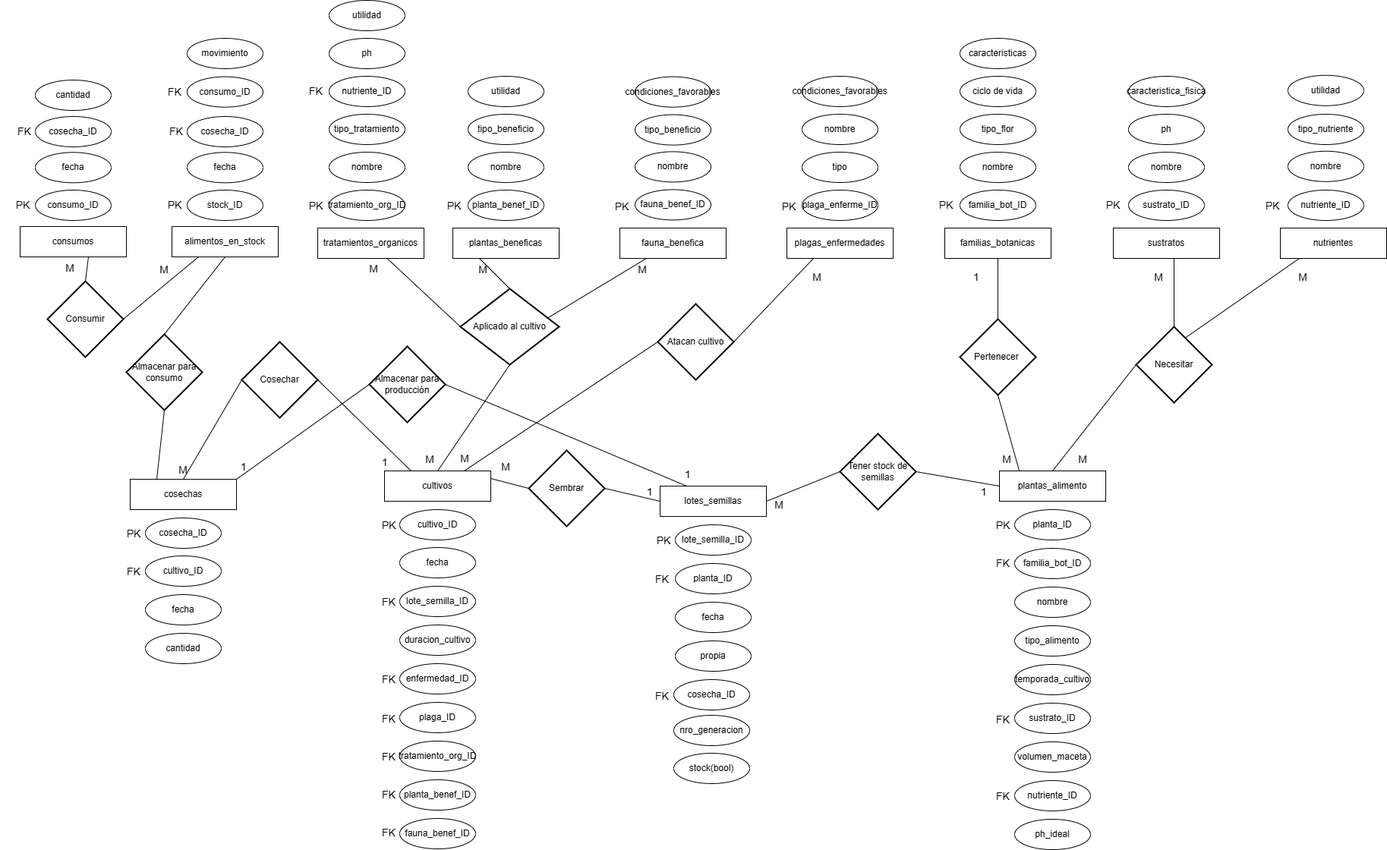
Earlier version of the draw.io export 39775-desafio2-Higa.png (MariaSoledadHiga/sql-coderhouse). Source tidied: cells renumbered, new cells last; positions are measured from the earlier drawing's top-left corner, leaving out a move shared by most shapes.
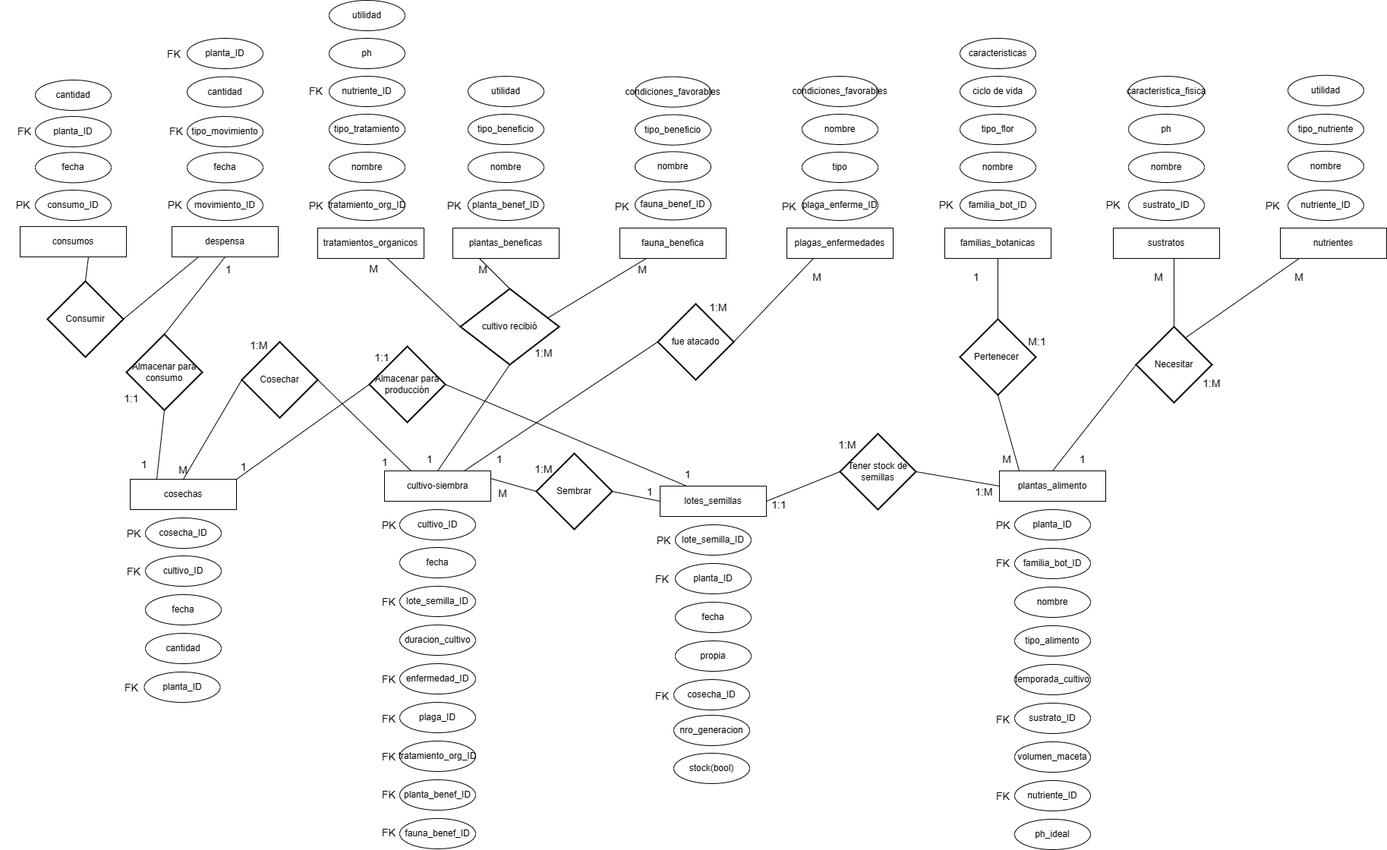
Later version of the same file.

The edit, as a diff of the source:
```diff
@@ -53,7 +53,7 @@
     <mxCell id="18" value="propia" style="ellipse;whiteSpace=wrap;html=1;align=center;" parent="13" vertex="1">
       <mxGeometry x="20" y="204" width="100" height="40" as="geometry" />
     </mxCell>
-    <mxCell id="19" value="M" style="text;html=1;strokeColor=none;fillColor=none;align=center;verticalAlign=middle;whiteSpace=wrap;rounded=0;fontSize=14;" parent="13" vertex="1">
+    <mxCell id="19" value="1:1" style="text;html=1;strokeColor=none;fillColor=none;align=center;verticalAlign=middle;whiteSpace=wrap;rounded=0;fontSize=14;" parent="13" vertex="1">
       <mxGeometry x="127" y="10" width="60" height="30" as="geometry" />
     </mxCell>
     <mxCell id="20" value="cosecha_ID" style="ellipse;whiteSpace=wrap;html=1;align=center;" parent="13" vertex="1">
@@ -195,7 +195,7 @@
       <mxGeometry relative="1" as="geometry" />
     </mxCell>
     <mxCell id="66" value="Sembrar" style="strokeWidth=2;html=1;shape=mxgraph.flowchart.decision;whiteSpace=wrap;" parent="1" vertex="1">
-      <mxGeometry x="696" y="593" width="100" height="100" as="geometry" />
+      <mxGeometry x="706" y="597" width="100" height="100" as="geometry" />
     </mxCell>
     <mxCell id="67" style="edgeStyle=none;rounded=0;jettySize=auto;html=1;exitX=0.5;exitY=0;exitDx=0;exitDy=0;exitPerimeter=0;entryX=0.25;entryY=1;entryDx=0;entryDy=0;strokeColor=default;fontSize=14;endArrow=none;endFill=0;" parent="1" edge="1" source="69" target="45">
       <mxGeometry relative="1" as="geometry" />
@@ -203,13 +203,13 @@
     <mxCell id="68" style="edgeStyle=none;rounded=0;jettySize=auto;html=1;exitX=0.5;exitY=1;exitDx=0;exitDy=0;exitPerimeter=0;entryX=0.5;entryY=0;entryDx=0;entryDy=0;strokeColor=default;fontSize=14;endArrow=none;endFill=0;" parent="1" edge="1" source="69" target="121">
       <mxGeometry relative="1" as="geometry" />
     </mxCell>
-    <mxCell id="69" value="Aplicado al cultivo" style="strokeWidth=2;html=1;shape=mxgraph.flowchart.decision;whiteSpace=wrap;" parent="1" vertex="1">
+    <mxCell id="69" value="cultivo recibió" style="strokeWidth=2;html=1;shape=mxgraph.flowchart.decision;whiteSpace=wrap;" parent="1" vertex="1">
       <mxGeometry x="606" y="380" width="130" height="100" as="geometry" />
     </mxCell>
     <mxCell id="70" style="edgeStyle=none;rounded=0;jettySize=auto;html=1;exitX=0;exitY=0.5;exitDx=0;exitDy=0;exitPerimeter=0;strokeColor=default;fontSize=14;endArrow=none;endFill=0;entryX=0.75;entryY=0;entryDx=0;entryDy=0;" parent="1" edge="1" source="71" target="121">
       <mxGeometry relative="1" as="geometry" />
     </mxCell>
-    <mxCell id="71" value="Atacan cultivo" style="strokeWidth=2;html=1;shape=mxgraph.flowchart.decision;whiteSpace=wrap;" parent="1" vertex="1">
+    <mxCell id="71" value="fue atacado" style="strokeWidth=2;html=1;shape=mxgraph.flowchart.decision;whiteSpace=wrap;" parent="1" vertex="1">
       <mxGeometry x="866" y="400" width="100" height="100" as="geometry" />
     </mxCell>
     <mxCell id="72" style="edgeStyle=none;jettySize=auto;html=1;rounded=0;endArrow=none;endFill=0;exitX=0.5;exitY=1;exitDx=0;exitDy=0;entryX=0.5;entryY=0;entryDx=0;entryDy=0;entryPerimeter=0;" parent="1" edge="1" source="23" target="62">
@@ -248,13 +248,13 @@
       <mxGeometry x="826" y="633" width="60" height="30" as="geometry" />
     </mxCell>
     <mxCell id="83" value="M" style="text;html=1;strokeColor=none;fillColor=none;align=center;verticalAlign=middle;whiteSpace=wrap;rounded=0;fontSize=14;" parent="1" vertex="1">
-      <mxGeometry x="636" y="600" width="60" height="30" as="geometry" />
+      <mxGeometry x="632" y="635" width="60" height="30" as="geometry" />
     </mxCell>
     <mxCell id="84" style="edgeStyle=none;rounded=0;jettySize=auto;html=1;exitX=0.25;exitY=1;exitDx=0;exitDy=0;entryX=1;entryY=0.5;entryDx=0;entryDy=0;entryPerimeter=0;strokeColor=default;fontSize=14;endArrow=none;endFill=0;" parent="1" edge="1" source="57" target="71">
       <mxGeometry relative="1" as="geometry" />
     </mxCell>
-    <mxCell id="85" value="M" style="text;html=1;strokeColor=none;fillColor=none;align=center;verticalAlign=middle;whiteSpace=wrap;rounded=0;fontSize=14;" parent="1" vertex="1">
-      <mxGeometry x="582" y="589" width="60" height="30" as="geometry" />
+    <mxCell id="85" value="1" style="text;html=1;strokeColor=none;fillColor=none;align=center;verticalAlign=middle;whiteSpace=wrap;rounded=0;fontSize=14;" parent="1" vertex="1">
+      <mxGeometry x="628" y="590" width="60" height="30" as="geometry" />
     </mxCell>
     <mxCell id="86" value="M" style="text;html=1;strokeColor=none;fillColor=none;align=center;verticalAlign=middle;whiteSpace=wrap;rounded=0;fontSize=14;" parent="1" vertex="1">
       <mxGeometry x="1046" y="350" width="60" height="30" as="geometry" />
@@ -274,16 +274,13 @@
     <mxCell id="91" value="M" style="text;html=1;strokeColor=none;fillColor=none;align=center;verticalAlign=middle;whiteSpace=wrap;rounded=0;fontSize=14;" parent="1" vertex="1">
       <mxGeometry x="606" y="340" width="60" height="30" as="geometry" />
     </mxCell>
-    <mxCell id="92" value="M" style="text;html=1;strokeColor=none;fillColor=none;align=center;verticalAlign=middle;whiteSpace=wrap;rounded=0;fontSize=14;" parent="1" vertex="1">
+    <mxCell id="92" value="1" style="text;html=1;strokeColor=none;fillColor=none;align=center;verticalAlign=middle;whiteSpace=wrap;rounded=0;fontSize=14;" parent="1" vertex="1">
       <mxGeometry x="536" y="590" width="60" height="30" as="geometry" />
     </mxCell>
-    <mxCell id="93" value="M" style="text;html=1;strokeColor=none;fillColor=none;align=center;verticalAlign=middle;whiteSpace=wrap;rounded=0;fontSize=14;" parent="1" vertex="1">
-      <mxGeometry x="1686" y="350" width="60" height="30" as="geometry" />
-    </mxCell>
     <mxCell id="94" value="M" style="text;html=1;strokeColor=none;fillColor=none;align=center;verticalAlign=middle;whiteSpace=wrap;rounded=0;fontSize=14;" parent="1" vertex="1">
       <mxGeometry x="1496" y="350" width="60" height="30" as="geometry" />
     </mxCell>
-    <mxCell id="95" value="M" style="text;html=1;strokeColor=none;fillColor=none;align=center;verticalAlign=middle;whiteSpace=wrap;rounded=0;fontSize=14;" parent="1" vertex="1">
+    <mxCell id="95" value="1" style="text;html=1;strokeColor=none;fillColor=none;align=center;verticalAlign=middle;whiteSpace=wrap;rounded=0;fontSize=14;" parent="1" vertex="1">
       <mxGeometry x="1396" y="590" width="60" height="30" as="geometry" />
     </mxCell>
     <mxCell id="96" value="PK" style="text;html=1;strokeColor=none;fillColor=none;align=center;verticalAlign=middle;whiteSpace=wrap;rounded=0;fontSize=14;" parent="1" vertex="1">
@@ -361,7 +358,7 @@
     <mxCell id="120" value="utilidad" style="ellipse;whiteSpace=wrap;html=1;align=center;" parent="1" vertex="1">
       <mxGeometry x="433" width="100" height="40" as="geometry" />
     </mxCell>
-    <mxCell id="121" value="cultivos" style="whiteSpace=wrap;html=1;align=center;" parent="1" vertex="1">
+    <mxCell id="121" value="cultivo-siembra" style="whiteSpace=wrap;html=1;align=center;" parent="1" vertex="1">
       <mxGeometry x="506" y="620" width="140" height="40" as="geometry" />
     </mxCell>
     <mxCell id="122" value="tratamiento_org_ID" style="ellipse;whiteSpace=wrap;html=1;align=center;" parent="1" vertex="1">
@@ -400,7 +397,7 @@
     <mxCell id="133" style="rounded=0;jettySize=auto;html=1;endArrow=none;endFill=0;entryX=1;entryY=0.5;entryDx=0;entryDy=0;entryPerimeter=0;exitX=0;exitY=0.5;exitDx=0;exitDy=0;" parent="1" edge="1" source="3" target="132">
       <mxGeometry relative="1" as="geometry" />
     </mxCell>
-    <mxCell id="134" value="1" style="text;html=1;strokeColor=none;fillColor=none;align=center;verticalAlign=middle;whiteSpace=wrap;rounded=0;fontSize=14;" parent="1" vertex="1">
+    <mxCell id="134" value="1:M" style="text;html=1;strokeColor=none;fillColor=none;align=center;verticalAlign=middle;whiteSpace=wrap;rounded=0;fontSize=14;" parent="1" vertex="1">
       <mxGeometry x="1266" y="633" width="60" height="30" as="geometry" />
     </mxCell>
     <mxCell id="135" value="nro_generacion" style="ellipse;whiteSpace=wrap;html=1;align=center;" parent="1" vertex="1">
@@ -469,19 +466,13 @@
     <mxCell id="156" value="1" style="text;html=1;strokeColor=none;fillColor=none;align=center;verticalAlign=middle;whiteSpace=wrap;rounded=0;fontSize=14;" parent="1" vertex="1">
       <mxGeometry x="291" y="600" width="60" height="30" as="geometry" />
     </mxCell>
-    <mxCell id="157" value="M" style="text;html=1;strokeColor=none;fillColor=none;align=center;verticalAlign=middle;whiteSpace=wrap;rounded=0;fontSize=14;" parent="1" vertex="1">
-      <mxGeometry x="186" y="340" width="60" height="30" as="geometry" />
-    </mxCell>
-    <mxCell id="158" value="M" style="text;html=1;strokeColor=none;fillColor=none;align=center;verticalAlign=middle;whiteSpace=wrap;rounded=0;fontSize=14;" parent="1" vertex="1">
-      <mxGeometry x="62" y="338" width="60" height="30" as="geometry" />
-    </mxCell>
     <mxCell id="159" value="consumo_ID" style="ellipse;whiteSpace=wrap;html=1;align=center;" parent="1" vertex="1">
       <mxGeometry x="46" y="250" width="100" height="40" as="geometry" />
     </mxCell>
     <mxCell id="160" value="fecha" style="ellipse;whiteSpace=wrap;html=1;align=center;" parent="1" vertex="1">
       <mxGeometry x="46" y="200.3" width="100" height="40" as="geometry" />
     </mxCell>
-    <mxCell id="161" value="cosecha_ID" style="ellipse;whiteSpace=wrap;html=1;align=center;" parent="1" vertex="1">
+    <mxCell id="161" value="planta_ID" style="ellipse;whiteSpace=wrap;html=1;align=center;" parent="1" vertex="1">
       <mxGeometry x="46" y="153" width="100" height="40" as="geometry" />
     </mxCell>
     <mxCell id="162" value="cantidad" style="ellipse;whiteSpace=wrap;html=1;align=center;" parent="1" vertex="1">
@@ -493,21 +484,18 @@
     <mxCell id="164" value="FK" style="text;html=1;strokeColor=none;fillColor=none;align=center;verticalAlign=middle;whiteSpace=wrap;rounded=0;fontSize=14;" parent="1" vertex="1">
       <mxGeometry x="2" y="158" width="60" height="30" as="geometry" />
     </mxCell>
-    <mxCell id="165" value="alimentos_en_stock" style="whiteSpace=wrap;html=1;align=center;" parent="1" vertex="1">
+    <mxCell id="165" value="despensa" style="whiteSpace=wrap;html=1;align=center;" parent="1" vertex="1">
       <mxGeometry x="226" y="298" width="140" height="40" as="geometry" />
     </mxCell>
-    <mxCell id="166" value="stock_ID" style="ellipse;whiteSpace=wrap;html=1;align=center;" parent="1" vertex="1">
+    <mxCell id="166" value="movimiento_ID" style="ellipse;whiteSpace=wrap;html=1;align=center;" parent="1" vertex="1">
       <mxGeometry x="246" y="250" width="100" height="40" as="geometry" />
     </mxCell>
     <mxCell id="167" value="fecha" style="ellipse;whiteSpace=wrap;html=1;align=center;" parent="1" vertex="1">
       <mxGeometry x="246" y="200.3" width="100" height="40" as="geometry" />
     </mxCell>
-    <mxCell id="168" value="cosecha_ID" style="ellipse;whiteSpace=wrap;html=1;align=center;" parent="1" vertex="1">
+    <mxCell id="168" value="tipo_movimiento" style="ellipse;whiteSpace=wrap;html=1;align=center;" parent="1" vertex="1">
       <mxGeometry x="246" y="153" width="100" height="40" as="geometry" />
     </mxCell>
-    <mxCell id="169" value="movimiento" style="ellipse;whiteSpace=wrap;html=1;align=center;" parent="1" vertex="1">
-      <mxGeometry x="246" y="50" width="100" height="40" as="geometry" />
-    </mxCell>
     <mxCell id="170" value="PK" style="text;html=1;strokeColor=none;fillColor=none;align=center;verticalAlign=middle;whiteSpace=wrap;rounded=0;fontSize=14;" parent="1" vertex="1">
       <mxGeometry x="200" y="255" width="60" height="30" as="geometry" />
     </mxCell>
@@ -520,11 +508,56 @@
     <mxCell id="173" value="Almacenar para consumo" style="strokeWidth=2;html=1;shape=mxgraph.flowchart.decision;whiteSpace=wrap;" parent="1" vertex="1">
       <mxGeometry x="166" y="440" width="100" height="100" as="geometry" />
     </mxCell>
-    <mxCell id="174" value="consumo_ID" style="ellipse;whiteSpace=wrap;html=1;align=center;" parent="1" vertex="1">
+    <mxCell id="174" value="cantidad" style="ellipse;whiteSpace=wrap;html=1;align=center;" parent="1" vertex="1">
       <mxGeometry x="246" y="100.6" width="100" height="40" as="geometry" />
     </mxCell>
-    <mxCell id="175" value="FK" style="text;html=1;strokeColor=none;fillColor=none;align=center;verticalAlign=middle;whiteSpace=wrap;rounded=0;fontSize=14;" parent="1" vertex="1">
-      <mxGeometry x="200" y="105.6" width="60" height="30" as="geometry" />
-    </mxCell>
+    <mxCell id="176" value="planta_ID" style="ellipse;whiteSpace=wrap;html=1;align=center;" parent="1" vertex="1">
+      <mxGeometry x="189.5" y="885" width="100" height="40" as="geometry" />
+    </mxCell>
+    <mxCell id="177" value="FK" style="text;html=1;strokeColor=none;fillColor=none;align=center;verticalAlign=middle;whiteSpace=wrap;rounded=0;fontSize=14;" parent="1" vertex="1">
+      <mxGeometry x="142.5" y="891" width="60" height="30" as="geometry" />
+    </mxCell>
+    <mxCell id="178" value="planta_ID" style="ellipse;whiteSpace=wrap;html=1;align=center;" parent="1" vertex="1">
+      <mxGeometry x="246" y="50" width="100" height="40" as="geometry" />
+    </mxCell>
+    <mxCell id="179" value="FK" style="text;html=1;strokeColor=none;fillColor=none;align=center;verticalAlign=middle;whiteSpace=wrap;rounded=0;fontSize=14;" parent="1" vertex="1">
+      <mxGeometry x="199" y="56" width="60" height="30" as="geometry" />
+    </mxCell>
+    <mxCell id="180" value="M:1" style="text;html=1;strokeColor=none;fillColor=none;align=center;verticalAlign=middle;whiteSpace=wrap;rounded=0;fontSize=14;" parent="1" vertex="1">
+      <mxGeometry x="1336" y="435" width="60" height="30" as="geometry" />
+    </mxCell>
+    <mxCell id="181" value="M" style="text;html=1;strokeColor=none;fillColor=none;align=center;verticalAlign=middle;whiteSpace=wrap;rounded=0;fontSize=14;" parent="1" vertex="1">
+      <mxGeometry x="1656" y="350" width="110" height="30" as="geometry" />
+    </mxCell>
+    <mxCell id="182" value="1:M" style="text;html=1;strokeColor=none;fillColor=none;align=center;verticalAlign=middle;whiteSpace=wrap;rounded=0;fontSize=14;" parent="1" vertex="1">
+      <mxGeometry x="1566" y="490" width="60" height="30" as="geometry" />
+    </mxCell>
+    <mxCell id="183" value="1:M" style="text;html=1;strokeColor=none;fillColor=none;align=center;verticalAlign=middle;whiteSpace=wrap;rounded=0;fontSize=14;" parent="1" vertex="1">
+      <mxGeometry x="1086" y="571" width="60" height="30" as="geometry" />
+    </mxCell>
+    <mxCell id="184" value="1:M" style="text;html=1;strokeColor=none;fillColor=none;align=center;verticalAlign=middle;whiteSpace=wrap;rounded=0;fontSize=14;" parent="1" vertex="1">
+      <mxGeometry x="686" y="603" width="60" height="30" as="geometry" />
+    </mxCell>
+    <mxCell id="185" value="1:M" style="text;html=1;strokeColor=none;fillColor=none;align=center;verticalAlign=middle;whiteSpace=wrap;rounded=0;fontSize=14;" parent="1" vertex="1">
+      <mxGeometry x="916" y="390" width="60" height="30" as="geometry" />
+    </mxCell>
+    <mxCell id="186" value="1:M" style="text;html=1;strokeColor=none;fillColor=none;align=center;verticalAlign=middle;whiteSpace=wrap;rounded=0;fontSize=14;" parent="1" vertex="1">
+      <mxGeometry x="686" y="450" width="60" height="30" as="geometry" />
+    </mxCell>
+    <mxCell id="187" value="1:1" style="text;html=1;strokeColor=none;fillColor=none;align=center;verticalAlign=middle;whiteSpace=wrap;rounded=0;fontSize=14;" parent="1" vertex="1">
+      <mxGeometry x="473" y="456" width="60" height="30" as="geometry" />
+    </mxCell>
+    <mxCell id="188" value="1:M" style="text;html=1;strokeColor=none;fillColor=none;align=center;verticalAlign=middle;whiteSpace=wrap;rounded=0;fontSize=14;" parent="1" vertex="1">
+      <mxGeometry x="311" y="440" width="60" height="30" as="geometry" />
+    </mxCell>
+    <mxCell id="189" value="1:1" style="text;html=1;strokeColor=none;fillColor=none;align=center;verticalAlign=middle;whiteSpace=wrap;rounded=0;fontSize=14;" parent="1" vertex="1">
+      <mxGeometry x="142.5" y="510" width="60" height="30" as="geometry" />
+    </mxCell>
+    <mxCell id="190" value="1" style="text;html=1;strokeColor=none;fillColor=none;align=center;verticalAlign=middle;whiteSpace=wrap;rounded=0;fontSize=14;" parent="1" vertex="1">
+      <mxGeometry x="160" y="597" width="60" height="30" as="geometry" />
+    </mxCell>
+    <mxCell id="191" value="1" style="text;html=1;strokeColor=none;fillColor=none;align=center;verticalAlign=middle;whiteSpace=wrap;rounded=0;fontSize=14;" parent="1" vertex="1">
+      <mxGeometry x="271" y="340" width="60" height="30" as="geometry" />
+    </mxCell>
   </root>
 </mxGraphModel>
```
